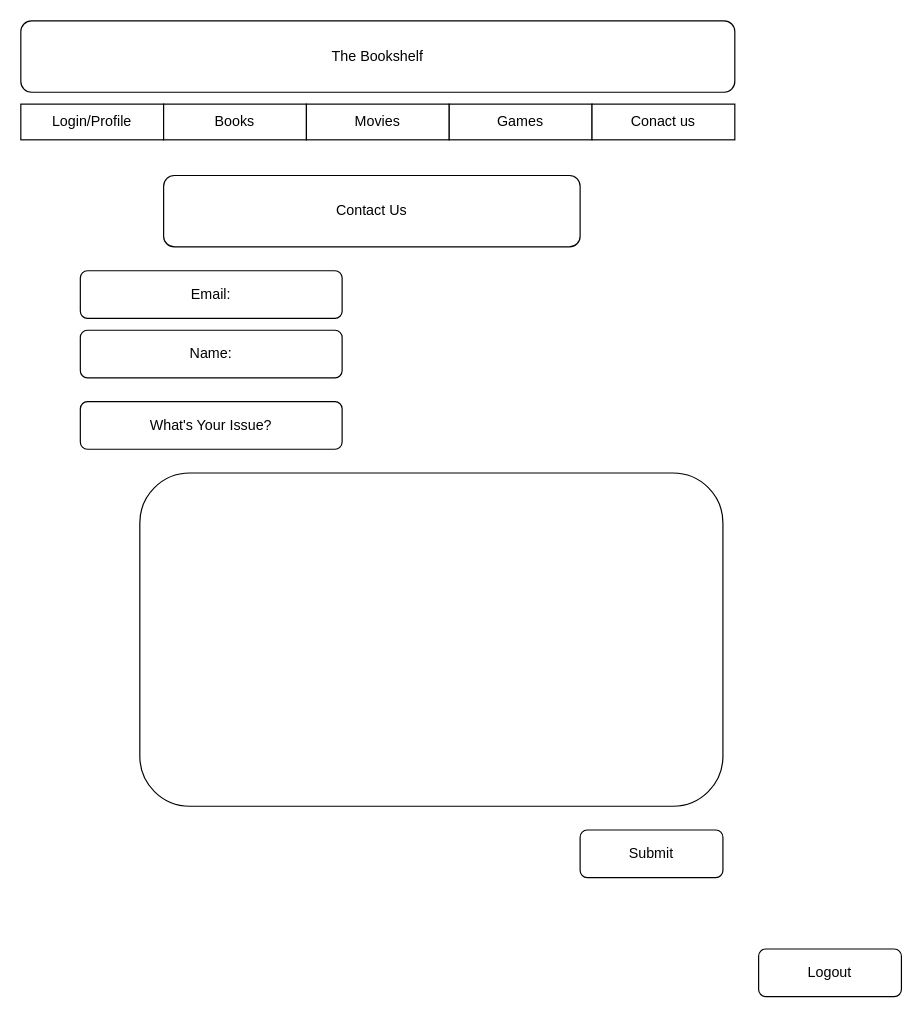
Chris24xx/BookShelf keeps this draw.io diagram as page "Contact form" (12 of 12) of wireframe.drawio. Above is the earlier version. Source tidied: cells renumbered, new cells numbered last; positions are measured from the earlier drawing's top-left corner, leaving out a move shared by most shapes. Both pictures are drawn from the tidied source at 119%, with x=0, y=0 at pixel (20, 20).
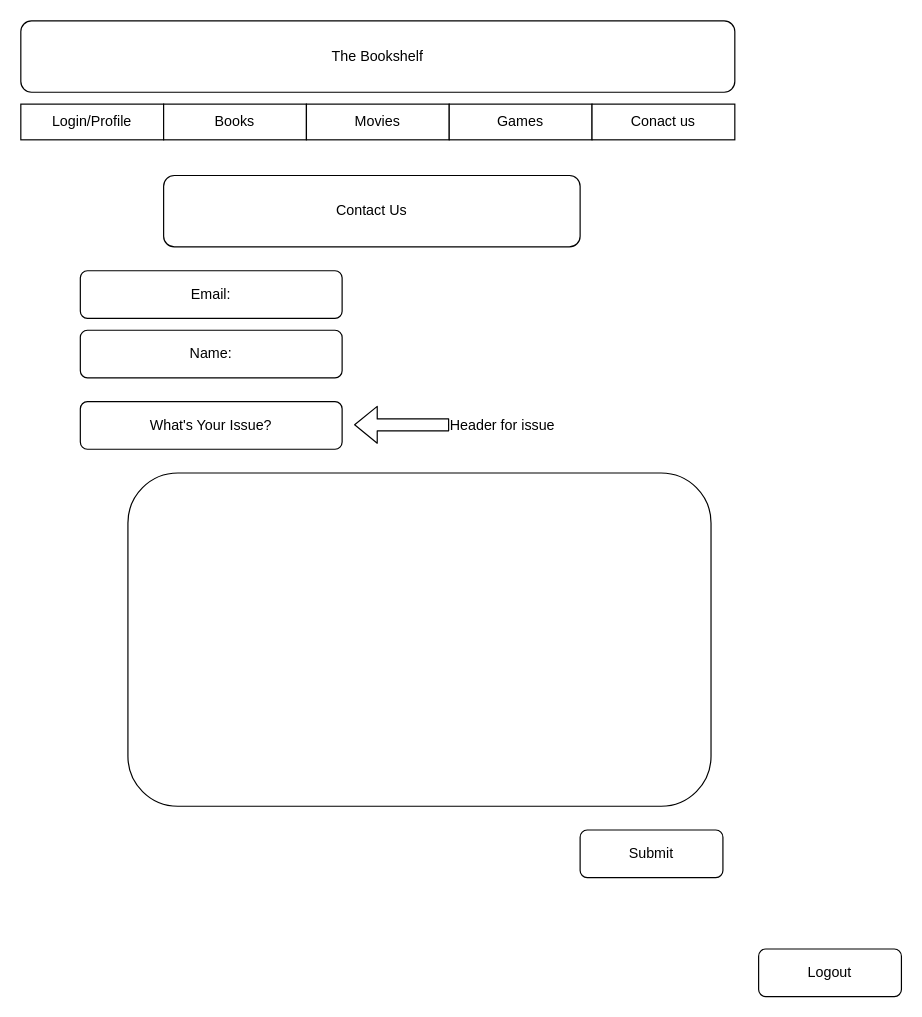
The same page after the edit.

The edit, as a diff of the source:
```diff
@@
 <mxGraphModel>
   <root>
     <mxCell id="0" />
     <mxCell id="1" parent="0" />
     <mxCell id="2" value="The Bookshelf" style="rounded=1;whiteSpace=wrap;html=1;" parent="1" vertex="1">
       <mxGeometry width="600" height="60" as="geometry" />
     </mxCell>
     <mxCell id="3" value="Login/Profile" style="rounded=0;whiteSpace=wrap;html=1;" parent="1" vertex="1">
       <mxGeometry y="70" width="120" height="30" as="geometry" />
     </mxCell>
     <mxCell id="4" value="Books" style="rounded=0;whiteSpace=wrap;html=1;" parent="1" vertex="1">
       <mxGeometry x="120" y="70" width="120" height="30" as="geometry" />
     </mxCell>
     <mxCell id="5" value="Movies" style="rounded=0;whiteSpace=wrap;html=1;" parent="1" vertex="1">
       <mxGeometry x="240" y="70" width="120" height="30" as="geometry" />
     </mxCell>
     <mxCell id="6" value="Games" style="rounded=0;whiteSpace=wrap;html=1;" parent="1" vertex="1">
       <mxGeometry x="360" y="70" width="120" height="30" as="geometry" />
     </mxCell>
     <mxCell id="7" value="Conact us" style="rounded=0;whiteSpace=wrap;html=1;" parent="1" vertex="1">
       <mxGeometry x="480" y="70" width="120" height="30" as="geometry" />
     </mxCell>
     <mxCell id="8" value="Contact Us" style="rounded=1;whiteSpace=wrap;html=1;" parent="1" vertex="1">
       <mxGeometry x="120" y="130" width="350" height="60" as="geometry" />
     </mxCell>
     <mxCell id="9" value="Email:" style="rounded=1;whiteSpace=wrap;html=1;" parent="1" vertex="1">
       <mxGeometry x="50" y="210" width="220" height="40" as="geometry" />
     </mxCell>
     <mxCell id="10" value="Name:" style="rounded=1;whiteSpace=wrap;html=1;" parent="1" vertex="1">
       <mxGeometry x="50" y="260" width="220" height="40" as="geometry" />
     </mxCell>
     <mxCell id="11" value="What's Your Issue?" style="rounded=1;whiteSpace=wrap;html=1;" parent="1" vertex="1">
       <mxGeometry x="50" y="320" width="220" height="40" as="geometry" />
     </mxCell>
     <mxCell id="12" style="rounded=1;whiteSpace=wrap;html=1;" parent="1" vertex="1">
-      <mxGeometry x="100" y="380" width="490" height="280" as="geometry" />
+      <mxGeometry x="90" y="380" width="490" height="280" as="geometry" />
     </mxCell>
     <mxCell id="13" value="Submit" style="rounded=1;whiteSpace=wrap;html=1;" parent="1" vertex="1">
       <mxGeometry x="470" y="680" width="120" height="40" as="geometry" />
     </mxCell>
     <mxCell id="14" value="Logout" style="rounded=1;whiteSpace=wrap;html=1;" parent="1" vertex="1">
       <mxGeometry x="620" y="780" width="120" height="40" as="geometry" />
     </mxCell>
+    <mxCell id="15" style="shape=flexArrow;endArrow=classic;html=1;" parent="1" edge="1">
+      <mxGeometry relative="1" as="geometry">
+        <mxPoint x="360" y="339.5" as="sourcePoint" />
+        <mxPoint x="280" y="339.5" as="targetPoint" />
+      </mxGeometry>
+    </mxCell>
+    <mxCell id="16" value="Header for issue" style="text;html=1;strokeColor=none;fillColor=none;align=center;verticalAlign=middle;whiteSpace=wrap;rounded=0;" parent="1" vertex="1">
+      <mxGeometry x="350" y="330" width="110" height="20" as="geometry" />
+    </mxCell>
   </root>
 </mxGraphModel>
```
